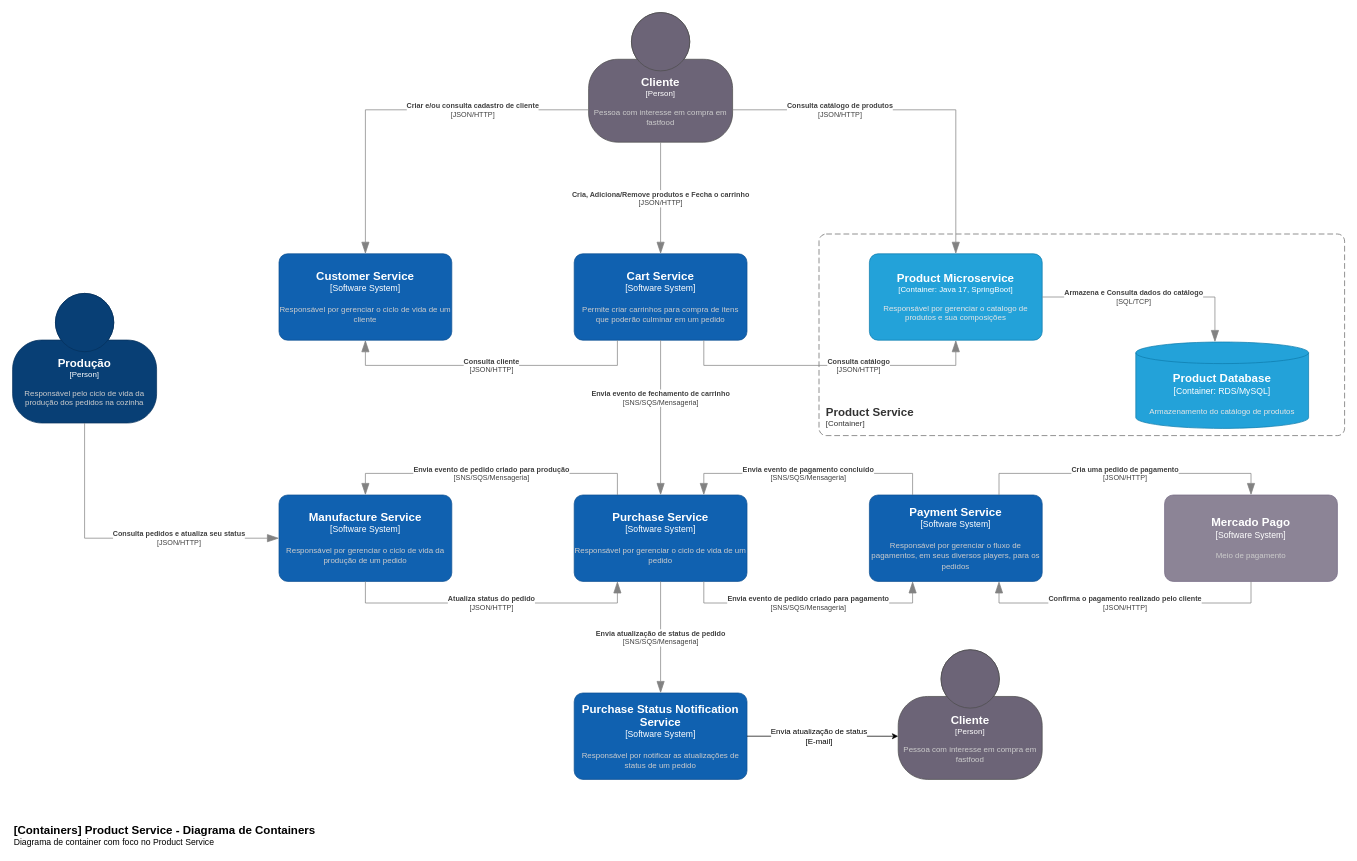
The draw.io diagram page "product-service-c2_saga" (12 of 23) of documentation/tech-challenge-architecture.drawio in fiap-postech/tech-chalenge, before the edit. Source tidied: cells renumbered, new cells numbered last; positions are measured from the earlier drawing's top-left corner, leaving out a move shared by most shapes. Both pictures are drawn from the tidied source at 72%, with x=0, y=0 at pixel (12, 12).
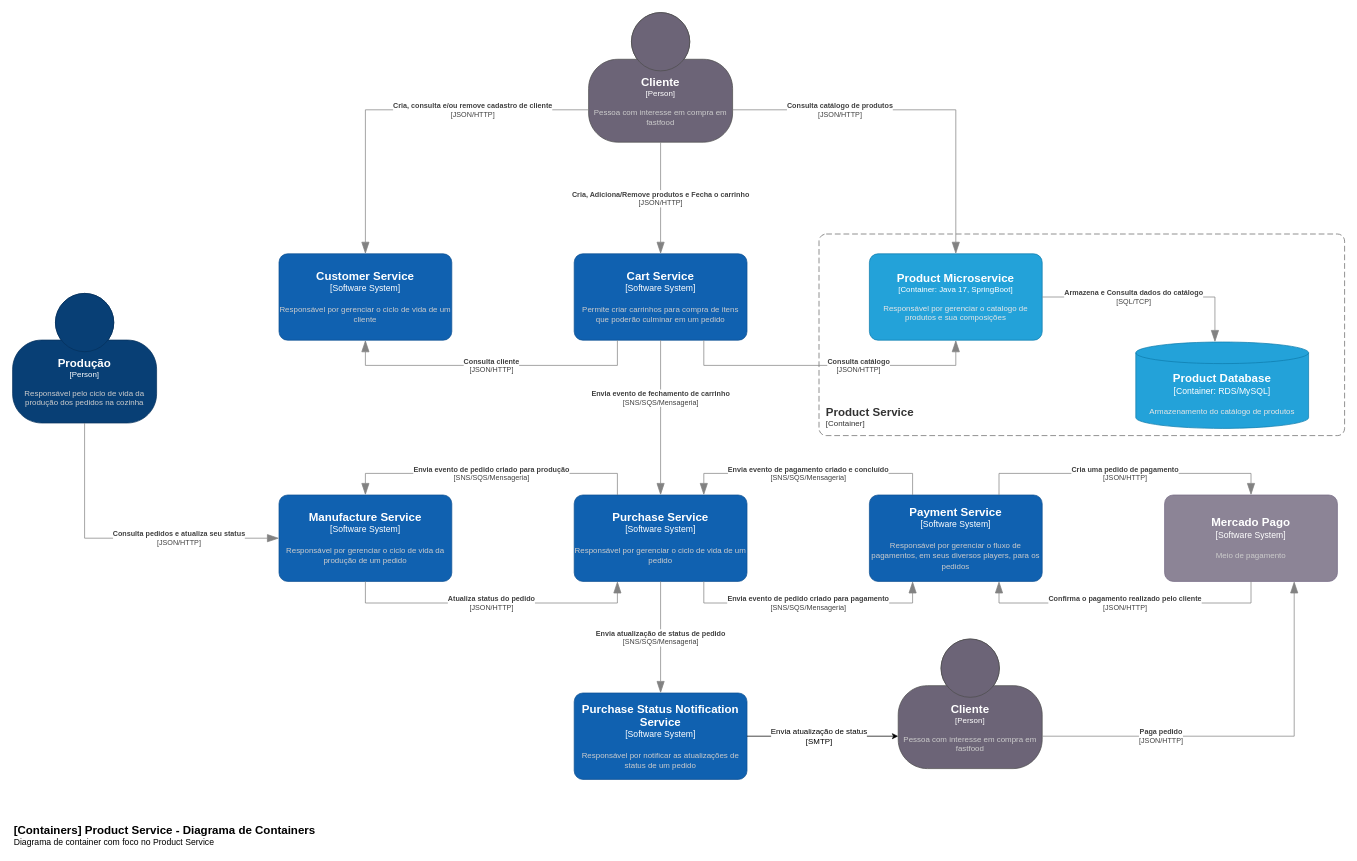
Above is the later version.

Unchanged cells that the change refers to:
```xml
<object id="3" label="&lt;font style=&quot;font-size: 16px&quot;&gt;&lt;b&gt;%c4Name%&lt;/b&gt;&lt;/font&gt;&lt;div&gt;[%c4Type%]&lt;/div&gt;&lt;br&gt;&lt;div&gt;&lt;font style=&quot;font-size: 11px&quot;&gt;&lt;font color=&quot;#cccccc&quot;&gt;%c4Description%&lt;/font&gt;&lt;/div&gt;" c4Description="Pessoa com interesse em compra em fastfood" c4Name="Cliente" c4Type="Person" placeholders="1">
  <mxCell style="html=1;fontSize=11;dashed=0;whiteSpace=wrap;fillColor=#6C6477;strokeColor=#4D4D4D;fontColor=#ffffff;shape=mxgraph.c4.person2;align=center;points=[[0.5,0,0],[1,0.5,0],[1,0.75,0],[0.75,1,0],[0.5,1,0],[0.25,1,0],[0,0.75,0],[0,0.5,0]];" parent="1" vertex="1">
    <mxGeometry x="800" width="200" height="180" as="geometry" />
  </mxCell>
</object>
<object id="4" label="&lt;font style=&quot;font-size: 16px&quot;&gt;&lt;b&gt;%c4Name%&lt;/b&gt;&lt;/font&gt;&lt;div&gt;[%c4Type%]&lt;/div&gt;&lt;br&gt;&lt;div&gt;&lt;font style=&quot;font-size: 11px&quot;&gt;&lt;font color=&quot;#cccccc&quot;&gt;%c4Description%&lt;/font&gt;&lt;/div&gt;" c4Description="Responsável por gerenciar o ciclo de vida de um cliente" c4Name="Customer Service" c4Type="Software System" placeholders="1">
  <mxCell style="rounded=1;whiteSpace=wrap;html=1;labelBackgroundColor=none;fillColor=#1061B0;fontColor=#ffffff;align=center;arcSize=10;strokeColor=#0D5091;points=[[0.25,0,0],[0.5,0,0],[0.75,0,0],[1,0.25,0],[1,0.5,0],[1,0.75,0],[0.75,1,0],[0.5,1,0],[0.25,1,0],[0,0.75,0],[0,0.5,0],[0,0.25,0]];" parent="1" vertex="1">
    <mxGeometry x="370" y="335" width="240" height="120" as="geometry" />
  </mxCell>
</object>
<object id="6" label="&lt;font style=&quot;font-size: 16px&quot;&gt;&lt;b&gt;%c4Name%&lt;/b&gt;&lt;/font&gt;&lt;div&gt;[%c4Type%]&lt;/div&gt;&lt;br&gt;&lt;div&gt;&lt;font style=&quot;font-size: 11px&quot;&gt;&lt;font color=&quot;#cccccc&quot;&gt;%c4Description%&lt;/font&gt;&lt;/div&gt;" c4Description="Responsável por gerenciar o ciclo de vida de um pedido" c4Name="Purchase Service" c4Type="Software System" placeholders="1">
  <mxCell style="rounded=1;whiteSpace=wrap;html=1;labelBackgroundColor=none;fillColor=#1061B0;fontColor=#ffffff;align=center;arcSize=10;strokeColor=#0D5091;points=[[0.25,0,0],[0.5,0,0],[0.75,0,0],[1,0.25,0],[1,0.5,0],[1,0.75,0],[0.75,1,0],[0.5,1,0],[0.25,1,0],[0,0.75,0],[0,0.5,0],[0,0.25,0]];" parent="1" vertex="1">
    <mxGeometry x="780" y="670" width="240" height="120" as="geometry" />
  </mxCell>
</object>
<object id="7" label="&lt;font style=&quot;font-size: 16px&quot;&gt;&lt;b&gt;%c4Name%&lt;/b&gt;&lt;/font&gt;&lt;div&gt;[%c4Type%]&lt;/div&gt;&lt;br&gt;&lt;div&gt;&lt;font style=&quot;font-size: 11px&quot;&gt;&lt;font color=&quot;#cccccc&quot;&gt;%c4Description%&lt;/font&gt;&lt;/div&gt;" c4Description="Responsável por gerenciar o fluxo de pagamentos, em seus diversos players, para os pedidos" c4Name="Payment Service" c4Type="Software System" placeholders="1">
  <mxCell style="rounded=1;whiteSpace=wrap;html=1;labelBackgroundColor=none;fillColor=#1061B0;fontColor=#ffffff;align=center;arcSize=10;strokeColor=#0D5091;points=[[0.25,0,0],[0.5,0,0],[0.75,0,0],[1,0.25,0],[1,0.5,0],[1,0.75,0],[0.75,1,0],[0.5,1,0],[0.25,1,0],[0,0.75,0],[0,0.5,0],[0,0.25,0]];" parent="1" vertex="1">
    <mxGeometry x="1190" y="670" width="240" height="120" as="geometry" />
  </mxCell>
</object>
<object id="8" label="&lt;font style=&quot;font-size: 16px&quot;&gt;&lt;b&gt;%c4Name%&lt;/b&gt;&lt;/font&gt;&lt;div&gt;[%c4Type%]&lt;/div&gt;&lt;br&gt;&lt;div&gt;&lt;font style=&quot;font-size: 11px&quot;&gt;&lt;font color=&quot;#cccccc&quot;&gt;%c4Description%&lt;/font&gt;&lt;/div&gt;" c4Description="Meio de pagamento" c4Name="Mercado Pago" c4Type="Software System" placeholders="1">
  <mxCell style="rounded=1;whiteSpace=wrap;html=1;labelBackgroundColor=none;fillColor=#8C8496;fontColor=#ffffff;align=center;arcSize=10;strokeColor=#736782;points=[[0.25,0,0],[0.5,0,0],[0.75,0,0],[1,0.25,0],[1,0.5,0],[1,0.75,0],[0.75,1,0],[0.5,1,0],[0.25,1,0],[0,0.75,0],[0,0.5,0],[0,0.25,0]];" parent="1" vertex="1">
    <mxGeometry x="1600" y="670" width="240" height="120" as="geometry" />
  </mxCell>
</object>
<object id="21" label="&lt;font style=&quot;font-size: 16px&quot;&gt;&lt;b&gt;%c4Name%&lt;/b&gt;&lt;/font&gt;&lt;div&gt;[%c4Type%]&lt;/div&gt;&lt;br&gt;&lt;div&gt;&lt;font style=&quot;font-size: 11px&quot;&gt;&lt;font color=&quot;#cccccc&quot;&gt;%c4Description%&lt;/font&gt;&lt;/div&gt;" c4Description="Responsável por notificar as atualizações de status de um pedido" c4Name="Purchase Status Notification Service" c4Type="Software System" placeholders="1">
  <mxCell style="rounded=1;whiteSpace=wrap;html=1;labelBackgroundColor=none;fillColor=#1061B0;fontColor=#ffffff;align=center;arcSize=10;strokeColor=#0D5091;points=[[0.25,0,0],[0.5,0,0],[0.75,0,0],[1,0.25,0],[1,0.5,0],[1,0.75,0],[0.75,1,0],[0.5,1,0],[0.25,1,0],[0,0.75,0],[0,0.5,0],[0,0.25,0]];" parent="1" vertex="1">
    <mxGeometry x="780" y="945" width="240" height="120" as="geometry" />
  </mxCell>
</object>
```

What changed in the source:
```diff
@@
-    <object id="11" label="&lt;div style=&quot;text-align: left&quot;&gt;&lt;div style=&quot;text-align: center&quot;&gt;&lt;b&gt;%c4Description%&lt;/b&gt;&lt;/div&gt;&lt;div style=&quot;text-align: center&quot;&gt;[%c4Technology%]&lt;/div&gt;&lt;/div&gt;" c4Description="Criar e/ou consulta cadastro de cliente" c4Technology="JSON/HTTP" placeholders="1">
+    <object id="11" label="&lt;div style=&quot;text-align: left&quot;&gt;&lt;div style=&quot;text-align: center&quot;&gt;&lt;b&gt;%c4Description%&lt;/b&gt;&lt;/div&gt;&lt;div style=&quot;text-align: center&quot;&gt;[%c4Technology%]&lt;/div&gt;&lt;/div&gt;" c4Description="Cria, consulta e/ou remove cadastro de cliente" c4Technology="JSON/HTTP" placeholders="1">
       <mxCell style="endArrow=blockThin;html=1;fontSize=10;fontColor=#404040;strokeWidth=1;endFill=1;strokeColor=#828282;elbow=vertical;endSize=14;startSize=14;jumpStyle=arc;jumpSize=16;rounded=0;edgeStyle=orthogonalEdgeStyle;exitX=0;exitY=0.75;exitDx=0;exitDy=0;exitPerimeter=0;entryX=0.5;entryY=0;entryDx=0;entryDy=0;entryPerimeter=0;" parent="1" edge="1" source="3" target="4">
         <mxGeometry x="-0.37" relative="1" as="geometry" />
       </mxCell>
     </object>
@@
-    <object id="15" label="&lt;div style=&quot;text-align: left&quot;&gt;&lt;div style=&quot;text-align: center&quot;&gt;&lt;b&gt;%c4Description%&lt;/b&gt;&lt;/div&gt;&lt;div style=&quot;text-align: center&quot;&gt;[%c4Technology%]&lt;/div&gt;&lt;/div&gt;" c4Description="Envia evento de pagamento concluído" c4Technology="SNS/SQS/Mensageria" placeholders="1">
+    <object id="15" label="&lt;div style=&quot;text-align: left&quot;&gt;&lt;div style=&quot;text-align: center&quot;&gt;&lt;b&gt;%c4Description%&lt;/b&gt;&lt;/div&gt;&lt;div style=&quot;text-align: center&quot;&gt;[%c4Technology%]&lt;/div&gt;&lt;/div&gt;" c4Description="Envia evento de pagamento criado e concluído" c4Technology="SNS/SQS/Mensageria" placeholders="1">
       <mxCell style="endArrow=blockThin;html=1;fontSize=10;fontColor=#404040;strokeWidth=1;endFill=1;strokeColor=#828282;elbow=vertical;endSize=14;startSize=14;jumpStyle=arc;jumpSize=16;rounded=0;edgeStyle=orthogonalEdgeStyle;exitX=0.25;exitY=0;exitDx=0;exitDy=0;exitPerimeter=0;entryX=0.75;entryY=0;entryDx=0;entryDy=0;entryPerimeter=0;" parent="1" edge="1" source="7" target="6">
         <mxGeometry relative="1" as="geometry">
           <Array as="points">
             <mxPoint x="1250" y="640" />
             <mxPoint x="960" y="640" />
           </Array>
         </mxGeometry>
       </mxCell>
     </object>
@@
     <object id="30" label="&lt;font style=&quot;font-size: 16px&quot;&gt;&lt;b&gt;%c4Name%&lt;/b&gt;&lt;/font&gt;&lt;div&gt;[%c4Type%]&lt;/div&gt;&lt;br&gt;&lt;div&gt;&lt;font style=&quot;font-size: 11px&quot;&gt;&lt;font color=&quot;#cccccc&quot;&gt;%c4Description%&lt;/font&gt;&lt;/div&gt;" c4Description="Pessoa com interesse em compra em fastfood" c4Name="Cliente" c4Type="Person" placeholders="1">
       <mxCell style="html=1;fontSize=11;dashed=0;whiteSpace=wrap;fillColor=#6C6477;strokeColor=#4D4D4D;fontColor=#ffffff;shape=mxgraph.c4.person2;align=center;points=[[0.5,0,0],[1,0.5,0],[1,0.75,0],[0.75,1,0],[0.5,1,0],[0.25,1,0],[0,0.75,0],[0,0.5,0]];" parent="1" vertex="1">
-        <mxGeometry x="1230" y="885" width="200" height="180" as="geometry" />
+        <mxGeometry x="1230" y="870" width="200" height="180" as="geometry" />
       </mxCell>
     </object>
-    <mxCell id="31" style="edgeStyle=orthogonalEdgeStyle;rounded=0;jettySize=auto;html=1;entryX=0;entryY=0.667;entryDx=0;entryDy=0;entryPerimeter=0;exitX=1;exitY=0.5;exitDx=0;exitDy=0;exitPerimeter=0;" parent="1" edge="1" source="21" target="30">
+    <mxCell id="31" style="edgeStyle=orthogonalEdgeStyle;rounded=0;jettySize=auto;html=1;entryX=0;entryY=0.75;entryDx=0;entryDy=0;entryPerimeter=0;exitX=1;exitY=0.5;exitDx=0;exitDy=0;exitPerimeter=0;" parent="1" edge="1" source="21" target="30">
       <mxGeometry relative="1" as="geometry" />
     </mxCell>
-    <mxCell id="32" value="Envia atualização de status&lt;br&gt;[E-mail]" style="edgeLabel;html=1;align=center;verticalAlign=middle;" parent="31" vertex="1">
+    <mxCell id="32" value="Envia atualização de status&lt;br&gt;[SMTP]" style="edgeLabel;html=1;align=center;verticalAlign=middle;" parent="31" vertex="1">
       <mxGeometry x="-0.06" y="-3" relative="1" as="geometry">
         <mxPoint y="-3" as="offset" />
       </mxGeometry>
     </mxCell>
+    <object id="33" label="&lt;div style=&quot;text-align: left&quot;&gt;&lt;div style=&quot;text-align: center&quot;&gt;&lt;b&gt;%c4Description%&lt;/b&gt;&lt;/div&gt;&lt;div style=&quot;text-align: center&quot;&gt;[%c4Technology%]&lt;/div&gt;&lt;/div&gt;" c4Description="Paga pedido" c4Technology="JSON/HTTP" placeholders="1">
+      <mxCell style="endArrow=blockThin;html=1;fontSize=10;fontColor=#404040;strokeWidth=1;endFill=1;strokeColor=#828282;elbow=vertical;endSize=14;startSize=14;jumpStyle=arc;jumpSize=16;rounded=0;edgeStyle=orthogonalEdgeStyle;exitX=1;exitY=0.75;exitDx=0;exitDy=0;exitPerimeter=0;entryX=0.75;entryY=1;entryDx=0;entryDy=0;entryPerimeter=0;" parent="1" edge="1" source="30" target="8">
+        <mxGeometry x="-0.42" relative="1" as="geometry">
+          <mxPoint x="1" as="offset" />
+        </mxGeometry>
+      </mxCell>
+    </object>
```
